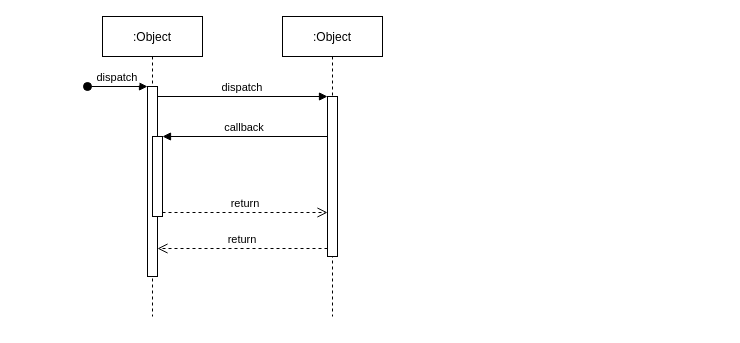
Earlier version of the draw.io diagram TransortBussines2.drawio (mrmango1/modeling). Source tidied: cells renumbered, new cells numbered last; positions are measured from the earlier drawing's top-left corner, leaving out a move shared by most shapes. Both pictures are drawn from the tidied source at 100%, with x=0, y=0 at pixel (87, 16).
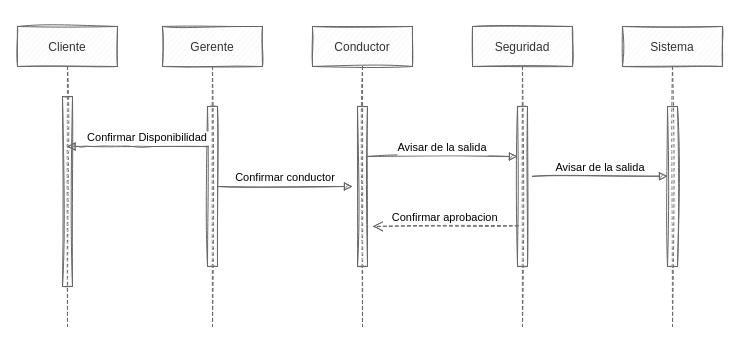
The same page after the edit.

Change to the diagram source:
```diff
@@
-    <mxCell id="2" value=":Object" style="shape=umlLifeline;perimeter=lifelinePerimeter;rounded=0;shadow=0;strokeWidth=1;" parent="1" vertex="1">
-      <mxGeometry x="15" width="100" height="300" as="geometry" />
+    <mxCell id="2" value="Cliente" style="shape=umlLifeline;perimeter=lifelinePerimeter;rounded=0;shadow=0;strokeWidth=1;fillColor=#f5f5f5;fontColor=#333333;strokeColor=#666666;sketch=1;" parent="1" vertex="1">
+      <mxGeometry x="-70" y="10" width="100" height="300" as="geometry" />
     </mxCell>
-    <mxCell id="3" style="points=[];perimeter=orthogonalPerimeter;rounded=0;shadow=0;strokeWidth=1;" parent="2" vertex="1">
+    <mxCell id="3" style="points=[];perimeter=orthogonalPerimeter;rounded=0;shadow=0;strokeWidth=1;fillColor=#f5f5f5;fontColor=#333333;strokeColor=#666666;sketch=1;" parent="2" vertex="1">
       <mxGeometry x="45" y="70" width="10" height="190" as="geometry" />
     </mxCell>
-    <mxCell id="4" value="dispatch" style="verticalAlign=bottom;startArrow=oval;endArrow=block;startSize=8;shadow=0;strokeWidth=1;" parent="2" edge="1" target="3">
-      <mxGeometry relative="1" as="geometry">
-        <mxPoint x="-15" y="70" as="sourcePoint" />
-      </mxGeometry>
-    </mxCell>
-    <mxCell id="5" style="points=[];perimeter=orthogonalPerimeter;rounded=0;shadow=0;strokeWidth=1;" parent="2" vertex="1">
-      <mxGeometry x="50" y="120" width="10" height="80" as="geometry" />
-    </mxCell>
-    <mxCell id="6" value=":Object" style="shape=umlLifeline;perimeter=lifelinePerimeter;rounded=0;shadow=0;strokeWidth=1;" parent="1" vertex="1">
-      <mxGeometry x="195" width="100" height="300" as="geometry" />
+    <mxCell id="6" value="Gerente" style="shape=umlLifeline;perimeter=lifelinePerimeter;rounded=0;shadow=0;strokeWidth=1;fillColor=#f5f5f5;fontColor=#333333;strokeColor=#666666;sketch=1;" parent="1" vertex="1">
+      <mxGeometry x="75" y="10" width="100" height="300" as="geometry" />
     </mxCell>
-    <mxCell id="7" style="points=[];perimeter=orthogonalPerimeter;rounded=0;shadow=0;strokeWidth=1;" parent="6" vertex="1">
+    <mxCell id="7" style="points=[];perimeter=orthogonalPerimeter;rounded=0;shadow=0;strokeWidth=1;fillColor=#f5f5f5;fontColor=#333333;strokeColor=#666666;sketch=1;" parent="6" vertex="1">
       <mxGeometry x="45" y="80" width="10" height="160" as="geometry" />
     </mxCell>
-    <mxCell id="8" value="return" style="verticalAlign=bottom;endArrow=open;dashed=1;endSize=8;exitX=0;exitY=0.95;shadow=0;strokeWidth=1;" parent="1" edge="1" source="7" target="3">
-      <mxGeometry relative="1" as="geometry" />
-    </mxCell>
-    <mxCell id="9" value="dispatch" style="verticalAlign=bottom;endArrow=block;entryX=0;entryY=0;shadow=0;strokeWidth=1;" parent="1" edge="1" source="3" target="7">
-      <mxGeometry relative="1" as="geometry" />
-    </mxCell>
-    <mxCell id="10" value="callback" style="verticalAlign=bottom;endArrow=block;entryX=1;entryY=0;shadow=0;strokeWidth=1;" parent="1" edge="1" source="7" target="5">
-      <mxGeometry relative="1" as="geometry" />
+    <mxCell id="10" value="Confirmar Disponibilidad" style="verticalAlign=bottom;endArrow=block;shadow=0;strokeWidth=1;fillColor=#f5f5f5;strokeColor=#666666;sketch=1;" parent="1" edge="1" target="2">
+      <mxGeometry x="-0.04" relative="1" as="geometry">
+        <mxPoint x="115" y="130" as="sourcePoint" />
+        <Array as="points">
+          <mxPoint x="125" y="130" />
+          <mxPoint x="55" y="130" />
+          <mxPoint x="-5" y="130" />
+        </Array>
+      </mxGeometry>
     </mxCell>
-    <mxCell id="11" value="return" style="verticalAlign=bottom;endArrow=open;dashed=1;endSize=8;exitX=1;exitY=0.95;shadow=0;strokeWidth=1;" parent="1" edge="1" source="5" target="7">
-      <mxGeometry relative="1" as="geometry" />
-    </mxCell>
+    <mxCell id="12" value="Conductor" style="shape=umlLifeline;perimeter=lifelinePerimeter;rounded=0;shadow=0;strokeWidth=1;fillColor=#f5f5f5;fontColor=#333333;strokeColor=#666666;sketch=1;" parent="1" vertex="1">
+      <mxGeometry x="225" y="10" width="100" height="300" as="geometry" />
+    </mxCell>
+    <mxCell id="13" style="points=[];perimeter=orthogonalPerimeter;rounded=0;shadow=0;strokeWidth=1;fillColor=#f5f5f5;fontColor=#333333;strokeColor=#666666;sketch=1;" parent="12" vertex="1">
+      <mxGeometry x="45" y="80" width="10" height="160" as="geometry" />
+    </mxCell>
+    <mxCell id="14" value="Seguridad" style="shape=umlLifeline;perimeter=lifelinePerimeter;rounded=0;shadow=0;strokeWidth=1;fillColor=#f5f5f5;fontColor=#333333;strokeColor=#666666;sketch=1;" parent="1" vertex="1">
+      <mxGeometry x="385" y="10" width="100" height="300" as="geometry" />
+    </mxCell>
+    <mxCell id="15" style="points=[];perimeter=orthogonalPerimeter;rounded=0;shadow=0;strokeWidth=1;fillColor=#f5f5f5;fontColor=#333333;strokeColor=#666666;sketch=1;" parent="14" vertex="1">
+      <mxGeometry x="45" y="80" width="10" height="160" as="geometry" />
+    </mxCell>
+    <mxCell id="16" value="Sistema" style="shape=umlLifeline;perimeter=lifelinePerimeter;rounded=0;shadow=0;strokeWidth=1;fillColor=#f5f5f5;fontColor=#333333;strokeColor=#666666;sketch=1;" parent="1" vertex="1">
+      <mxGeometry x="535" y="10" width="100" height="300" as="geometry" />
+    </mxCell>
+    <mxCell id="17" style="perimeter=orthogonalPerimeter;rounded=0;shadow=0;strokeWidth=1;fillColor=#f5f5f5;fontColor=#333333;strokeColor=#666666;sketch=1;" parent="16" vertex="1">
+      <mxGeometry x="45" y="80" width="10" height="160" as="geometry" />
+    </mxCell>
+    <mxCell id="18" value="Avisar de la salida" style="verticalAlign=bottom;endArrow=block;entryX=0;entryY=0;shadow=0;strokeWidth=1;fillColor=#f5f5f5;strokeColor=#666666;sketch=1;" parent="1" edge="1" source="13">
+      <mxGeometry relative="1" as="geometry">
+        <mxPoint x="430" y="140" as="targetPoint" />
+        <Array as="points">
+          <mxPoint x="430" y="140" />
+        </Array>
+      </mxGeometry>
+    </mxCell>
+    <mxCell id="19" value="Confirmar aprobacion" style="verticalAlign=bottom;endArrow=open;dashed=1;endSize=8;exitX=0.071;exitY=0.745;shadow=0;strokeWidth=1;exitDx=0;exitDy=0;exitPerimeter=0;fillColor=#f5f5f5;strokeColor=#666666;sketch=1;" parent="1" edge="1" source="15">
+      <mxGeometry relative="1" as="geometry">
+        <mxPoint x="285" y="210" as="targetPoint" />
+      </mxGeometry>
+    </mxCell>
+    <mxCell id="20" value="Avisar de la salida" style="verticalAlign=bottom;endArrow=block;entryX=0;entryY=0;shadow=0;strokeWidth=1;fillColor=#f5f5f5;strokeColor=#666666;sketch=1;" parent="1" edge="1">
+      <mxGeometry relative="1" as="geometry">
+        <mxPoint x="445" y="159.8" as="sourcePoint" />
+        <mxPoint x="580" y="159.7" as="targetPoint" />
+      </mxGeometry>
+    </mxCell>
+    <mxCell id="21" value="Confirmar conductor" style="verticalAlign=bottom;endArrow=block;shadow=0;strokeWidth=1;fillColor=#f5f5f5;strokeColor=#666666;sketch=1;" parent="1" edge="1">
+      <mxGeometry relative="1" as="geometry">
+        <mxPoint x="130" y="170" as="sourcePoint" />
+        <mxPoint x="265" y="170" as="targetPoint" />
+      </mxGeometry>
+    </mxCell>
```
